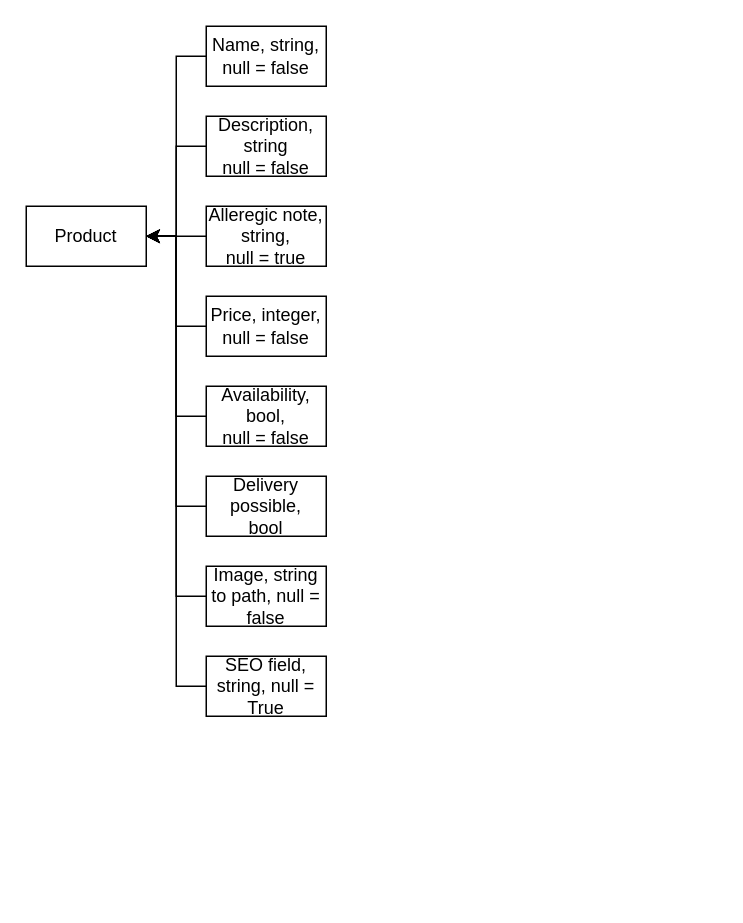
Above: Untitled Diagram.drawio in JianDk/HD_website (draw.io), before the change. Source tidied: cells renumbered, new cells numbered last; positions are measured from the earlier drawing's top-left corner, leaving out a move shared by most shapes. Both pictures are drawn from the tidied source at 150%, with x=0, y=0 at pixel (26, 26).
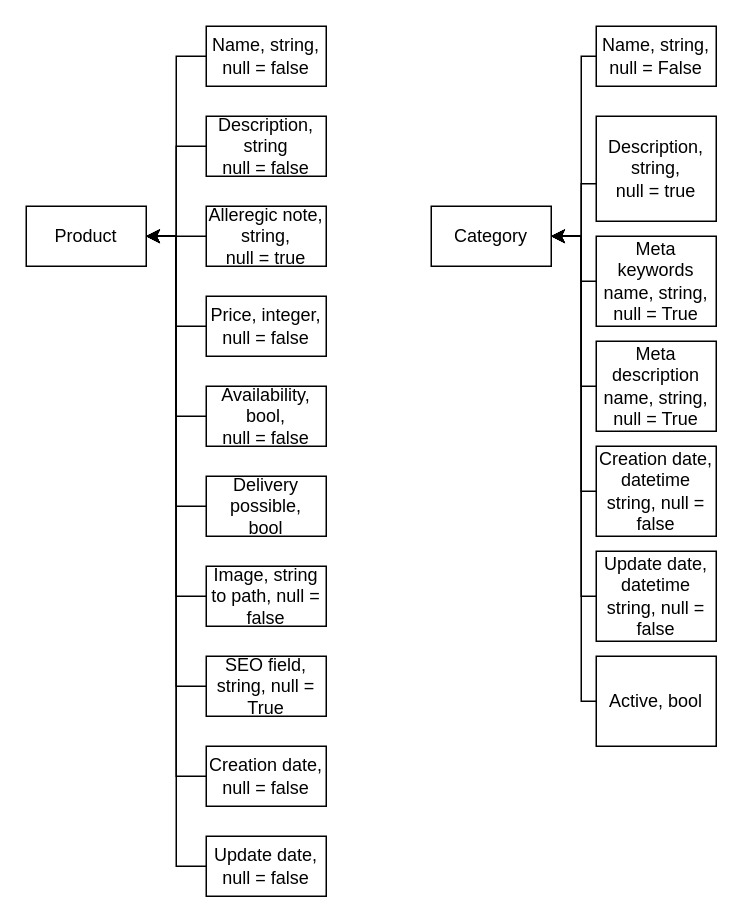
The same diagram, later.

Unchanged cells that the change refers to:
```xml
<mxCell id="2" value="Product" style="rounded=0;whiteSpace=wrap;html=1;" parent="1" vertex="1">
  <mxGeometry y="120" width="80" height="40" as="geometry" />
</mxCell>
```

What changed in the source:
```diff
@@
+    <mxCell id="19" value="Category" style="rounded=0;whiteSpace=wrap;html=1;" parent="1" vertex="1">
+      <mxGeometry x="270" y="120" width="80" height="40" as="geometry" />
+    </mxCell>
+    <mxCell id="20" style="edgeStyle=orthogonalEdgeStyle;rounded=0;jettySize=auto;html=1;entryX=1;entryY=0.5;entryDx=0;entryDy=0;" parent="1" edge="1" source="21" target="19">
+      <mxGeometry relative="1" as="geometry">
+        <Array as="points">
+          <mxPoint x="370" y="20" />
+          <mxPoint x="370" y="140" />
+        </Array>
+      </mxGeometry>
+    </mxCell>
+    <mxCell id="21" value="Name, string,&lt;br&gt;null = False" style="rounded=0;whiteSpace=wrap;html=1;" parent="1" vertex="1">
+      <mxGeometry x="380" width="80" height="40" as="geometry" />
+    </mxCell>
+    <mxCell id="22" style="edgeStyle=orthogonalEdgeStyle;rounded=0;jettySize=auto;html=1;" parent="1" edge="1" source="23">
+      <mxGeometry relative="1" as="geometry">
+        <mxPoint x="350" y="140" as="targetPoint" />
+        <Array as="points">
+          <mxPoint x="370" y="105" />
+          <mxPoint x="370" y="140" />
+        </Array>
+      </mxGeometry>
+    </mxCell>
+    <mxCell id="23" value="Description, string,&lt;br&gt;null = true" style="rounded=0;whiteSpace=wrap;html=1;" parent="1" vertex="1">
+      <mxGeometry x="380" y="60" width="80" height="70" as="geometry" />
+    </mxCell>
+    <mxCell id="24" style="edgeStyle=orthogonalEdgeStyle;rounded=0;jettySize=auto;html=1;entryX=1;entryY=0.5;entryDx=0;entryDy=0;" parent="1" edge="1" source="25" target="19">
+      <mxGeometry relative="1" as="geometry">
+        <Array as="points">
+          <mxPoint x="370" y="170" />
+          <mxPoint x="370" y="140" />
+        </Array>
+      </mxGeometry>
+    </mxCell>
+    <mxCell id="25" value="Meta keywords name, string,&lt;br&gt;null = True" style="rounded=0;whiteSpace=wrap;html=1;" parent="1" vertex="1">
+      <mxGeometry x="380" y="140" width="80" height="60" as="geometry" />
+    </mxCell>
+    <mxCell id="26" style="edgeStyle=orthogonalEdgeStyle;rounded=0;jettySize=auto;html=1;" parent="1" edge="1" source="27">
+      <mxGeometry relative="1" as="geometry">
+        <mxPoint x="350" y="140" as="targetPoint" />
+        <Array as="points">
+          <mxPoint x="370" y="240" />
+          <mxPoint x="370" y="140" />
+        </Array>
+      </mxGeometry>
+    </mxCell>
+    <mxCell id="27" value="Meta description name, string,&lt;br&gt;null = True" style="rounded=0;whiteSpace=wrap;html=1;" parent="1" vertex="1">
+      <mxGeometry x="380" y="210" width="80" height="60" as="geometry" />
+    </mxCell>
+    <mxCell id="28" style="edgeStyle=orthogonalEdgeStyle;rounded=0;jettySize=auto;html=1;" parent="1" edge="1" source="29">
+      <mxGeometry relative="1" as="geometry">
+        <mxPoint x="350" y="140" as="targetPoint" />
+        <Array as="points">
+          <mxPoint x="370" y="310" />
+          <mxPoint x="370" y="140" />
+        </Array>
+      </mxGeometry>
+    </mxCell>
+    <mxCell id="29" value="Creation date,&lt;br&gt;datetime string, null = false" style="rounded=0;whiteSpace=wrap;html=1;" parent="1" vertex="1">
+      <mxGeometry x="380" y="280" width="80" height="60" as="geometry" />
+    </mxCell>
+    <mxCell id="30" style="edgeStyle=orthogonalEdgeStyle;rounded=0;jettySize=auto;html=1;" parent="1" edge="1" source="31">
+      <mxGeometry relative="1" as="geometry">
+        <mxPoint x="350" y="140" as="targetPoint" />
+        <Array as="points">
+          <mxPoint x="370" y="380" />
+          <mxPoint x="370" y="140" />
+        </Array>
+      </mxGeometry>
+    </mxCell>
+    <mxCell id="31" value="Update date,&lt;br&gt;datetime string, null = false" style="rounded=0;whiteSpace=wrap;html=1;" parent="1" vertex="1">
+      <mxGeometry x="380" y="350" width="80" height="60" as="geometry" />
+    </mxCell>
+    <mxCell id="32" style="edgeStyle=orthogonalEdgeStyle;rounded=0;jettySize=auto;html=1;entryX=1;entryY=0.5;entryDx=0;entryDy=0;" parent="1" edge="1" source="33" target="19">
+      <mxGeometry relative="1" as="geometry">
+        <Array as="points">
+          <mxPoint x="370" y="450" />
+          <mxPoint x="370" y="140" />
+        </Array>
+      </mxGeometry>
+    </mxCell>
+    <mxCell id="33" value="Active, bool" style="rounded=0;whiteSpace=wrap;html=1;" parent="1" vertex="1">
+      <mxGeometry x="380" y="420" width="80" height="60" as="geometry" />
+    </mxCell>
+    <mxCell id="34" style="edgeStyle=orthogonalEdgeStyle;rounded=0;jettySize=auto;html=1;" parent="1" edge="1" source="35">
+      <mxGeometry relative="1" as="geometry">
+        <mxPoint x="80" y="140" as="targetPoint" />
+        <Array as="points">
+          <mxPoint x="100" y="500" />
+          <mxPoint x="100" y="140" />
+        </Array>
+      </mxGeometry>
+    </mxCell>
+    <mxCell id="35" value="Creation date, null = false" style="rounded=0;whiteSpace=wrap;html=1;" parent="1" vertex="1">
+      <mxGeometry x="120" y="480" width="80" height="40" as="geometry" />
+    </mxCell>
+    <mxCell id="36" style="edgeStyle=orthogonalEdgeStyle;rounded=0;jettySize=auto;html=1;entryX=1;entryY=0.5;entryDx=0;entryDy=0;" parent="1" edge="1" source="37" target="2">
+      <mxGeometry relative="1" as="geometry" />
+    </mxCell>
+    <mxCell id="37" value="Update date, null = false" style="rounded=0;whiteSpace=wrap;html=1;" parent="1" vertex="1">
+      <mxGeometry x="120" y="540" width="80" height="40" as="geometry" />
+    </mxCell>
```
